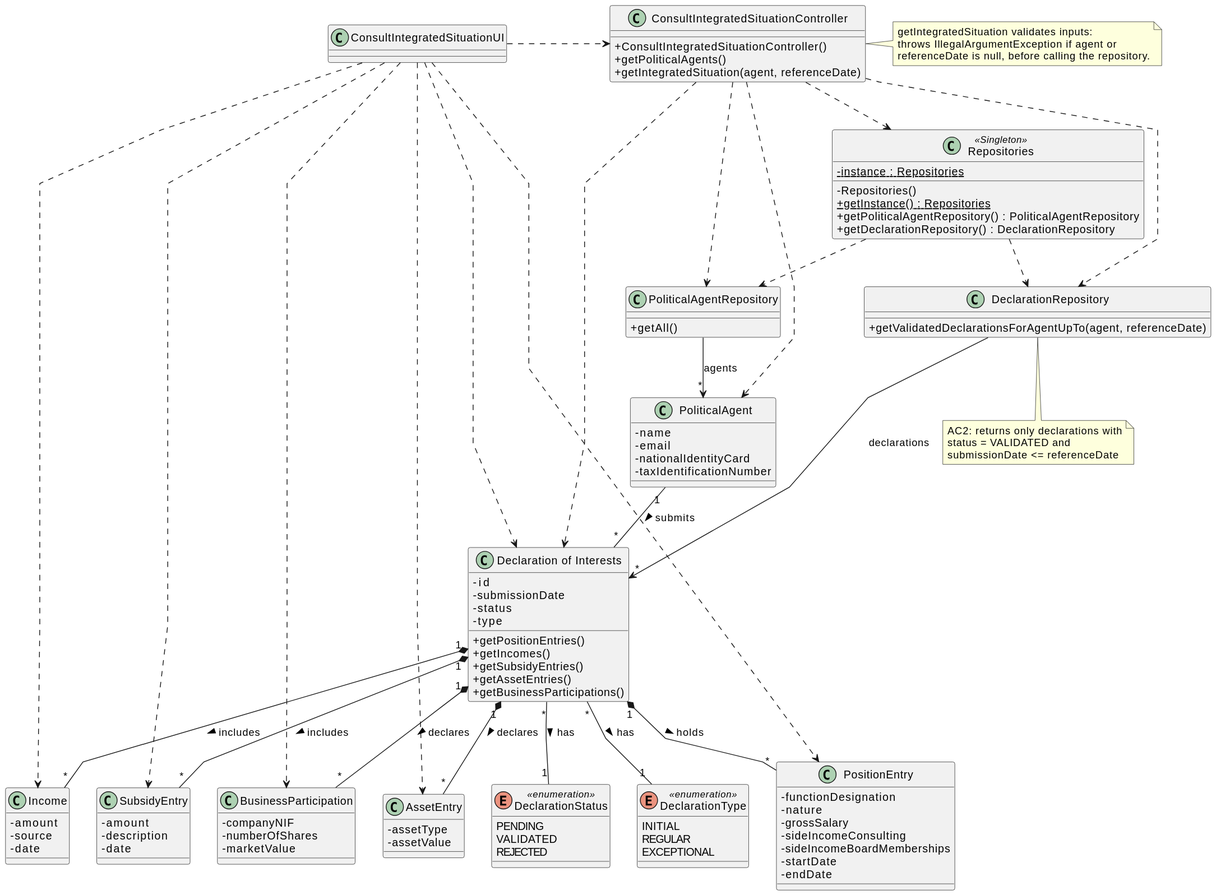
This is docs/system-documentation/US09/03.design/svg/US09-CD.svg from brunodspinto/crystal-clear-platform, a PlantUML export, as it was before one commit.
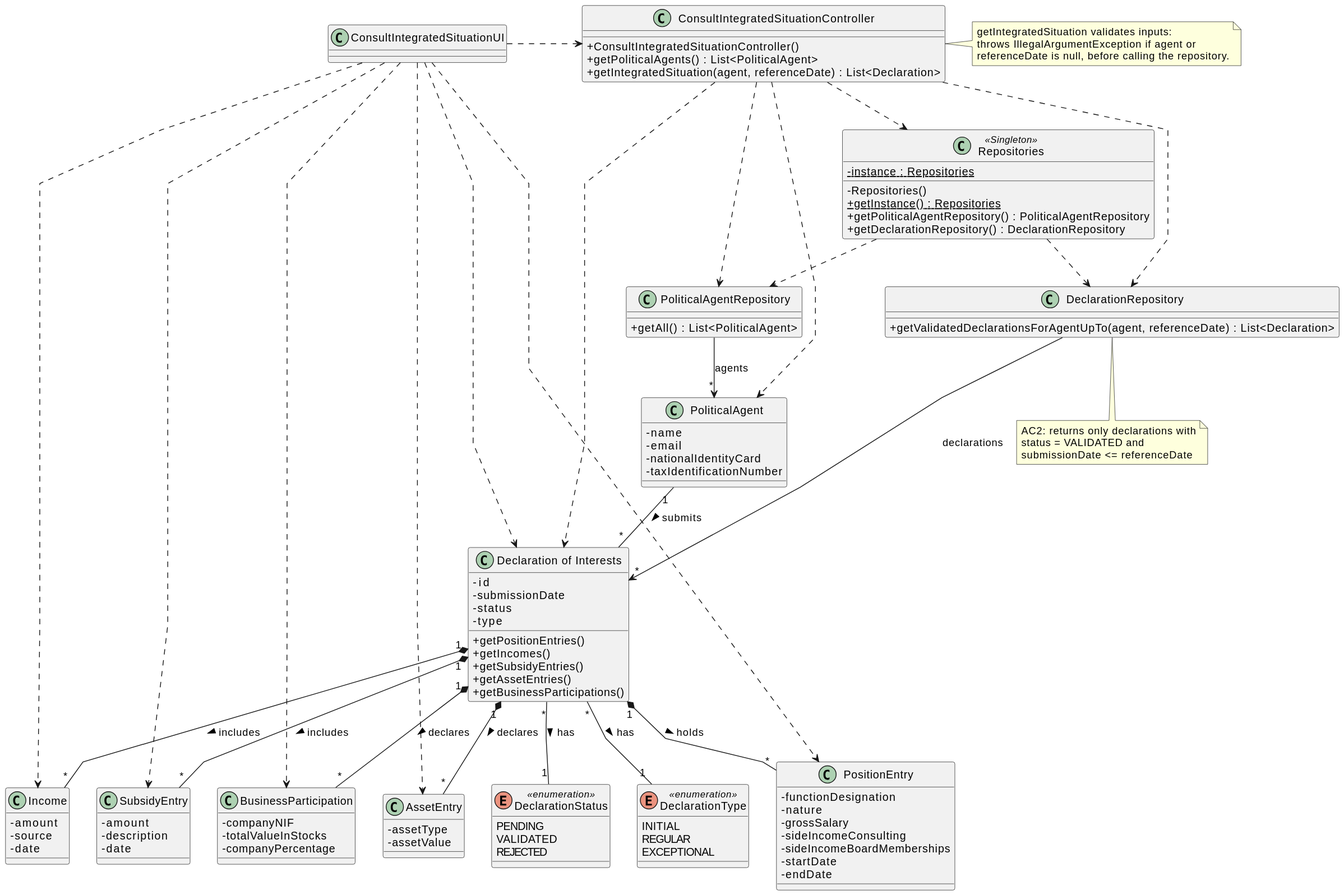
Above is the later version.

Change to the diagram source:
```diff
@@ -9,8 +9,8 @@
 
 class ConsultIntegratedSituationController {
     + ConsultIntegratedSituationController()
-    + getPoliticalAgents()
-    + getIntegratedSituation(agent, referenceDate)
+    + getPoliticalAgents() : List<PoliticalAgent>
+    + getIntegratedSituation(agent, referenceDate) : List<Declaration>
 }
 
 class Repositories <<Singleton>> {
@@ -22,11 +22,11 @@
 }
 
 class PoliticalAgentRepository {
-    + getAll()
+    + getAll() : List<PoliticalAgent>
 }
 
 class DeclarationRepository {
-    + getValidatedDeclarationsForAgentUpTo(agent, referenceDate)
+    + getValidatedDeclarationsForAgentUpTo(agent, referenceDate) : List<Declaration>
 }
 
 class PoliticalAgent {
@@ -89,8 +89,8 @@
 
 class BusinessParticipation {
     - companyNIF
-    - numberOfShares
-    - marketValue
+    - totalValueInStocks
+    - companyPercentage
 }
 
 ConsultIntegratedSituationUI .> ConsultIntegratedSituationController
```
